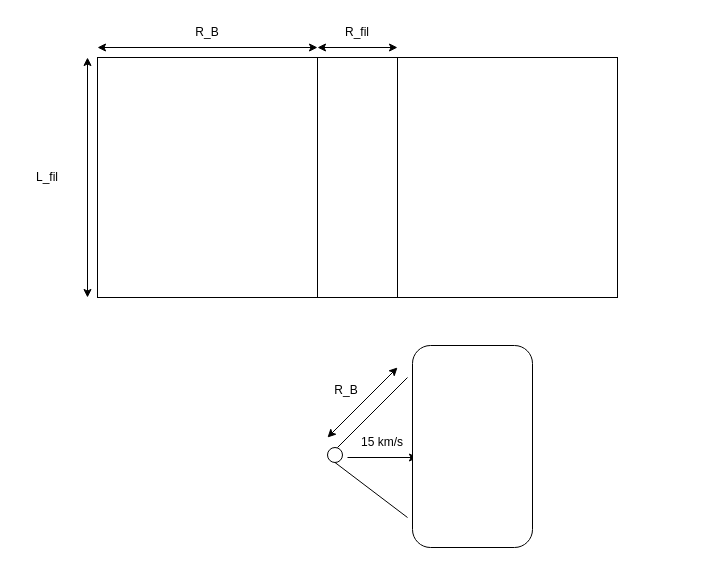
Earlier version of the draw.io diagram DrawIo/Filament_géométrie.drawio (KyuriTaima/CygnusDynamics). Source tidied: cells renumbered, new cells numbered last; positions are measured from the earlier drawing's top-left corner, leaving out a move shared by most shapes. Both pictures are drawn from the tidied source at 100%, with x=0, y=0 at pixel (17, 17).
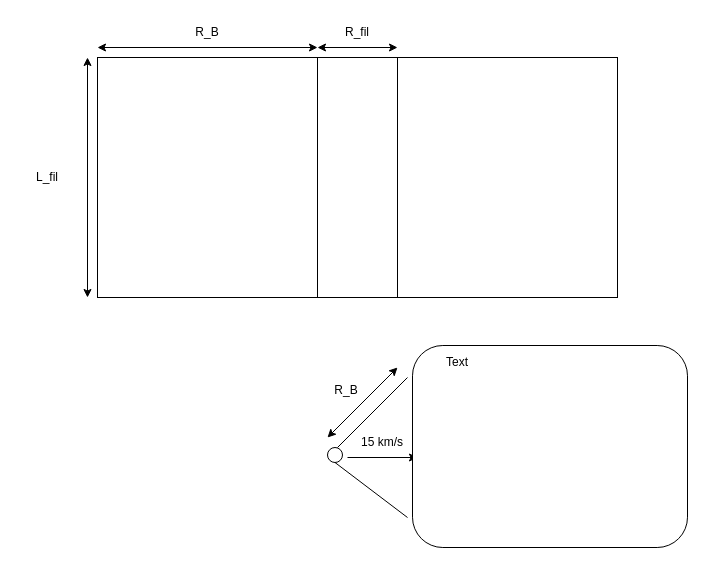
The same page after the edit.

Commit message:
Overleaf Connect auto-sync [2026-06-18 11:47:59]

What changed in the source:
```diff
@@
     <mxCell id="18" style="rounded=1;whiteSpace=wrap;html=1;" parent="1" vertex="1">
-      <mxGeometry x="395" y="328" width="120" height="202" as="geometry" />
+      <mxGeometry x="395" y="328" width="275" height="202" as="geometry" />
     </mxCell>
+    <mxCell id="19" value="Text" style="text;html=1;whiteSpace=wrap;strokeColor=none;fillColor=none;align=center;verticalAlign=middle;rounded=0;" parent="1" vertex="1">
+      <mxGeometry x="410" y="330" width="60" height="30" as="geometry" />
+    </mxCell>
```
